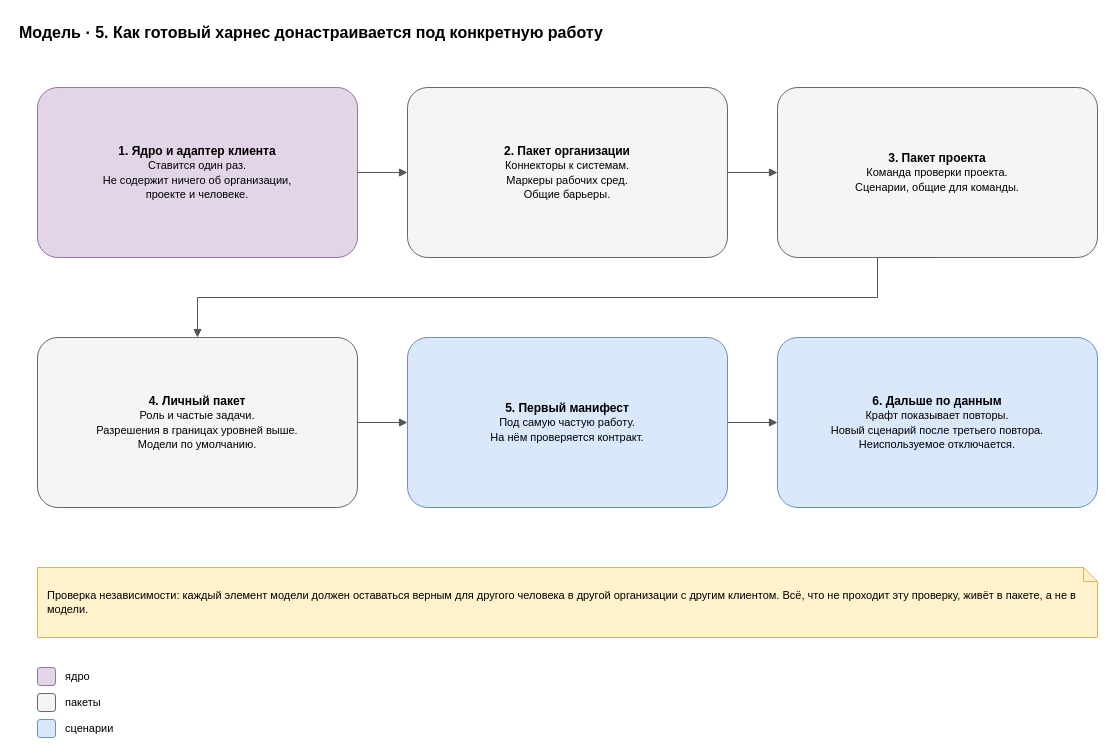
The draw.io diagram page "5. Донастройка" (5 of 6) of docs/spec/harness-model.drawio in roygkov/reins, before the edit. Source tidied: cells renumbered, new cells numbered last; positions are measured from the earlier drawing's top-left corner, leaving out a move shared by most shapes. Both pictures are drawn from the tidied source at 100%, with x=0, y=0 at pixel (17, 17).
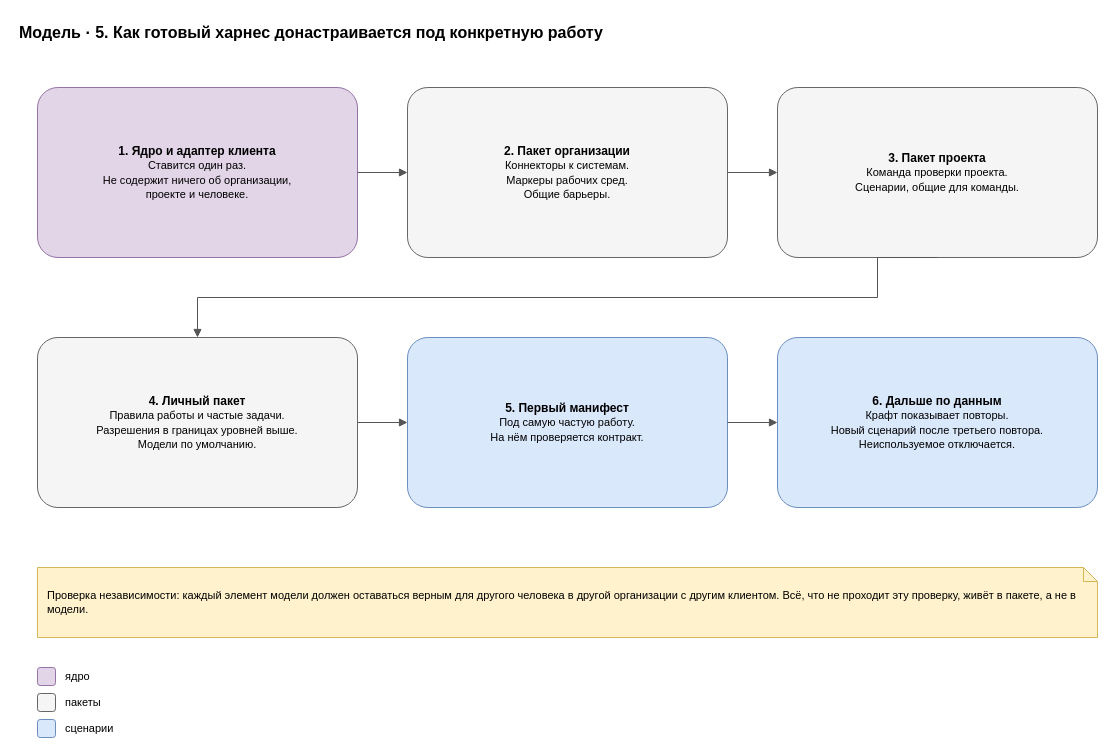
The same diagram, later.

Change to the diagram source:
```diff
@@
-    <mxCell id="6" value="&lt;b&gt;4. Личный пакет&lt;/b&gt;&lt;br&gt;&lt;font style=&quot;font-size:11px&quot;&gt;Роль и частые задачи.&lt;br&gt;Разрешения в границах уровней выше.&lt;br&gt;Модели по умолчанию.&lt;/font&gt;" style="rounded=1;whiteSpace=wrap;html=1;fillColor=#f5f5f5;strokeColor=#666666;arcSize=12;" parent="1" vertex="1">
+    <mxCell id="6" value="&lt;b&gt;4. Личный пакет&lt;/b&gt;&lt;br&gt;&lt;font style=&quot;font-size:11px&quot;&gt;Правила работы и частые задачи.&lt;br&gt;Разрешения в границах уровней выше.&lt;br&gt;Модели по умолчанию.&lt;/font&gt;" style="rounded=1;whiteSpace=wrap;html=1;fillColor=#f5f5f5;strokeColor=#666666;arcSize=12;" parent="1" vertex="1">
       <mxGeometry x="20" y="320" width="320" height="170" as="geometry" />
     </mxCell>
```
